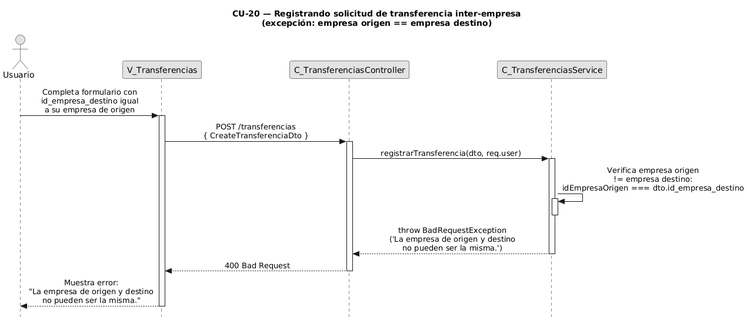
Earlier version of the PlantUML export diagramas-secuencia/CU20/CU20-exc-campos-invalidos.png (FSM-Finet-y-Cable-Magico/Team_1-Inventario-y-Bodega).
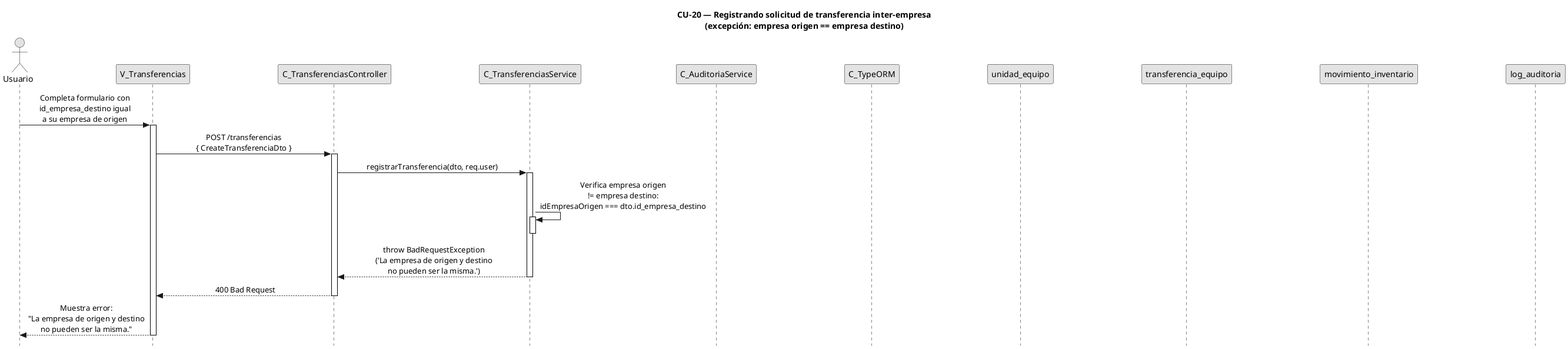
The same diagram one commit later.

What changed in the source:
```diff
@@ -17,6 +17,12 @@
 participant "V_Transferencias" as view
 participant "C_TransferenciasController" as ctrl
 participant "C_TransferenciasService" as svc
+participant "C_AuditoriaService" as aud
+participant "C_TypeORM" as orm
+participant "unidad_equipo" as uent
+participant "transferencia_equipo" as tent
+participant "movimiento_inventario" as ment
+participant "log_auditoria" as aent
 
 user -> view : Completa formulario con\nid_empresa_destino igual\na su empresa de origen
 activate view
```
